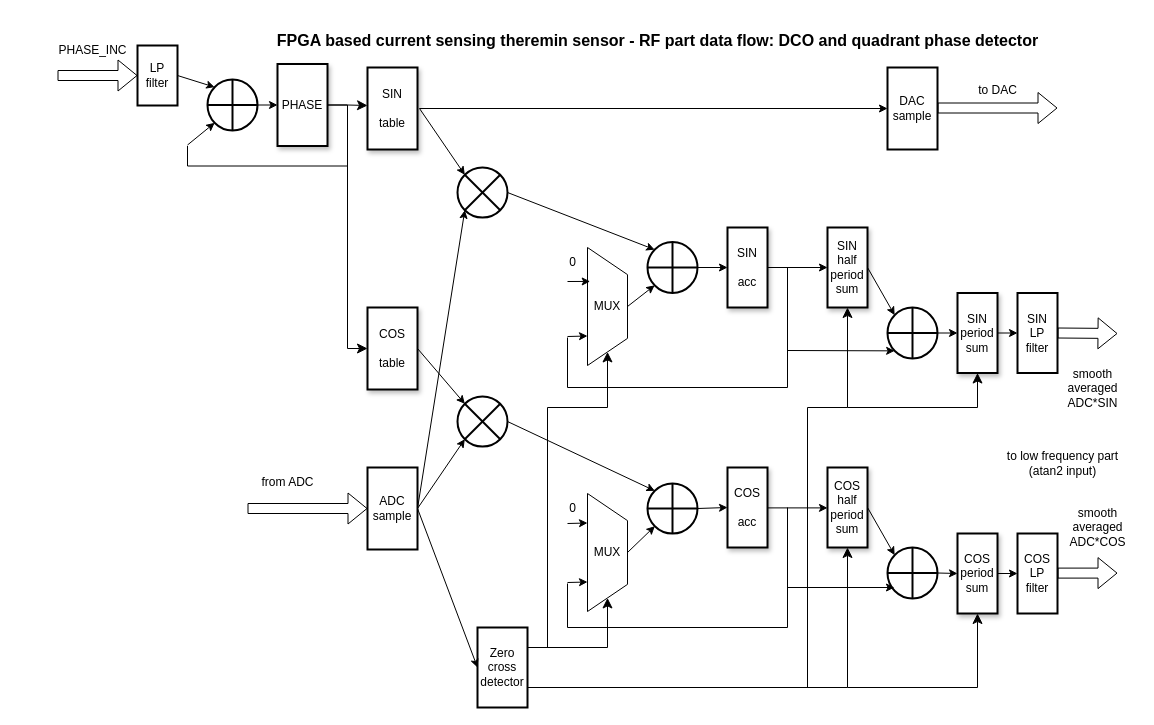
This is fpga_sensor/images/fpga_rf_frontend.drawio from fpga-theremin/sensors, a draw.io file, before an edit. Source tidied: cells renumbered, new cells numbered last; positions are measured from the earlier drawing's top-left corner, leaving out a move shared by most shapes. Both pictures are drawn from the tidied source at 100%, with x=0, y=0 at pixel (47, 25).
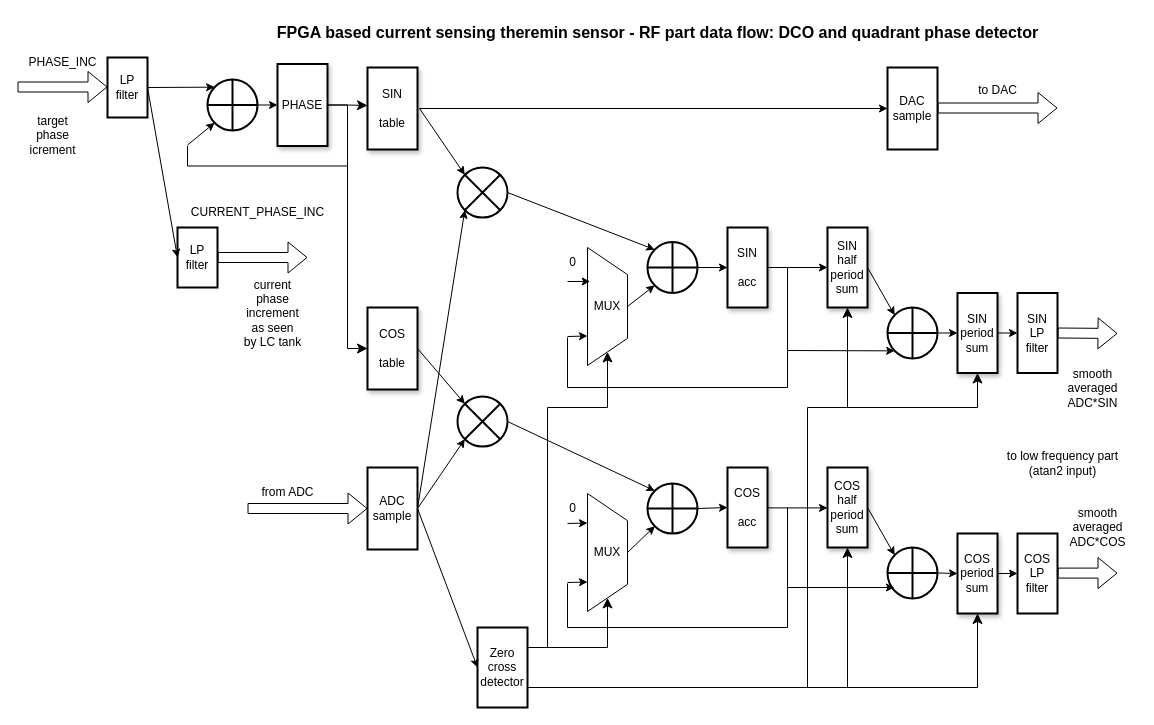
The same diagram, later.

Commit message (it also covers changes not shown here):
update diagram with phase increment feedback

What changed in the source:
```diff
@@
     <mxCell id="3" value="LP &lt;br&gt;filter" style="rounded=0;whiteSpace=wrap;html=1;strokeWidth=2;" parent="1" vertex="1">
-      <mxGeometry x="90" y="20" width="40" height="60" as="geometry" />
+      <mxGeometry x="60" y="32" width="40" height="60" as="geometry" />
     </mxCell>
-    <mxCell id="4" style="shape=flexArrow;endArrow=classic;html=1;rounded=0;entryX=0;entryY=0.5;entryDx=0;entryDy=0;" parent="1" edge="1" target="3">
+    <mxCell id="4" style="shape=flexArrow;endArrow=classic;html=1;rounded=0;exitX=1;exitY=0.5;exitDx=0;exitDy=0;" parent="1" edge="1" source="85">
       <mxGeometry relative="1" as="geometry">
-        <mxPoint x="10" y="50" as="sourcePoint" />
+        <mxPoint x="260" y="232" as="targetPoint" />
       </mxGeometry>
     </mxCell>
     <mxCell id="5" value="PHASE_INC" style="text;html=1;align=center;verticalAlign=middle;strokeColor=none;fillColor=none;" parent="1" vertex="1">
-      <mxGeometry y="10" width="90" height="30" as="geometry" />
+      <mxGeometry x="-30" y="22" width="90" height="30" as="geometry" />
     </mxCell>
@@
     <mxCell id="51" value="from ADC" style="text;html=1;align=center;verticalAlign=middle;strokeColor=none;fillColor=none;" parent="1" vertex="1">
-      <mxGeometry x="200" y="442" width="80" height="30" as="geometry" />
+      <mxGeometry x="200" y="452" width="80" height="30" as="geometry" />
     </mxCell>
@@
     <mxCell id="84" value="&lt;font style=&quot;font-size: 16px;&quot;&gt;&lt;b&gt;FPGA based current sensing theremin sensor - RF part data flow: DCO and quadrant phase detector&lt;/b&gt;&lt;/font&gt;" style="text;html=1;align=center;verticalAlign=middle;strokeColor=none;fillColor=none;" parent="1" vertex="1">
-      <mxGeometry x="220" width="780" height="30" as="geometry" />
+      <mxGeometry x="220" y="-8" width="780" height="30" as="geometry" />
     </mxCell>
+    <mxCell id="85" value="LP &lt;br&gt;filter" style="rounded=0;whiteSpace=wrap;html=1;strokeWidth=2;" parent="1" vertex="1">
+      <mxGeometry x="130" y="202" width="40" height="60" as="geometry" />
+    </mxCell>
+    <mxCell id="86" style="endArrow=classic;html=1;rounded=0;entryX=0;entryY=0.5;entryDx=0;entryDy=0;exitX=1;exitY=0.5;exitDx=0;exitDy=0;" parent="1" edge="1" source="3" target="85">
+      <mxGeometry relative="1" as="geometry" />
+    </mxCell>
+    <mxCell id="87" style="shape=flexArrow;endArrow=classic;html=1;rounded=0;exitX=1;exitY=0.5;exitDx=0;exitDy=0;" parent="1" edge="1">
+      <mxGeometry relative="1" as="geometry">
+        <mxPoint x="-30" y="61.5" as="sourcePoint" />
+        <mxPoint x="60" y="61.5" as="targetPoint" />
+      </mxGeometry>
+    </mxCell>
+    <mxCell id="88" value="target&lt;br&gt;phase&lt;br&gt;icrement" style="text;html=1;align=center;verticalAlign=middle;strokeColor=none;fillColor=none;" parent="1" vertex="1">
+      <mxGeometry x="-30" y="80" width="70" height="60" as="geometry" />
+    </mxCell>
+    <mxCell id="89" value="current&lt;br&gt;phase&lt;br&gt;increment&lt;br&gt;as seen&lt;br&gt;by LC tank" style="text;html=1;align=center;verticalAlign=middle;strokeColor=none;fillColor=none;" parent="1" vertex="1">
+      <mxGeometry x="185" y="243" width="80" height="90" as="geometry" />
+    </mxCell>
+    <mxCell id="90" value="CURRENT_PHASE_INC" style="text;html=1;align=center;verticalAlign=middle;strokeColor=none;fillColor=none;" parent="1" vertex="1">
+      <mxGeometry x="130" y="172" width="160" height="30" as="geometry" />
+    </mxCell>
```
